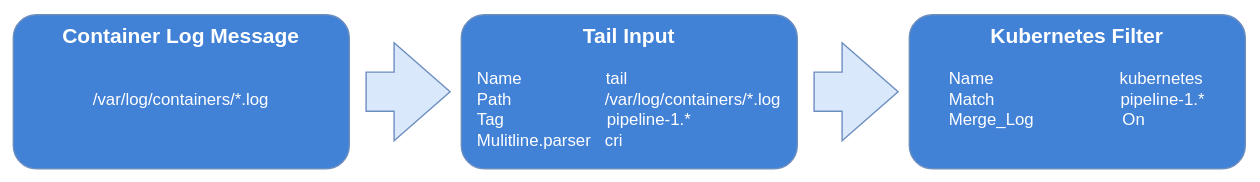
This is docs/user/assets/logs-flow.drawio.svg from kyma-project/telemetry-manager, a draw.io export, as it was before one commit. Source tidied: cells renumbered, new cells last; positions are measured from the earlier drawing's top-left corner, leaving out a move shared by most shapes.
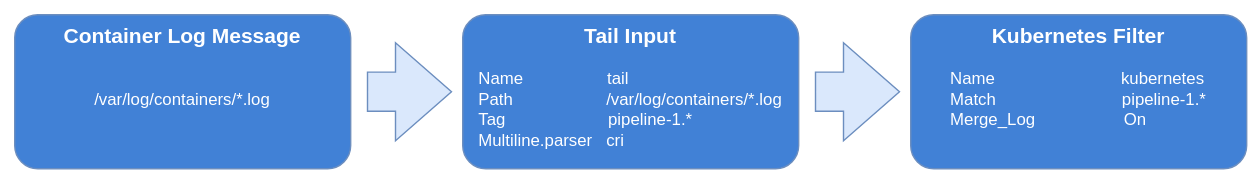
After the change.

Diff of the diagram source:
```diff
@@ -8,7 +8,7 @@
     <mxCell id="3" value="&lt;font color=&quot;#ffffff&quot; style=&quot;font-size: 12px;&quot;&gt;&lt;span style=&quot;font-size: 15px;&quot;&gt;&lt;b&gt;Kubernetes Filter&lt;/b&gt;&lt;/span&gt;&lt;br&gt;&lt;br&gt;&lt;div style=&quot;text-align: left;&quot;&gt;&lt;span style=&quot;&quot;&gt;Name&amp;nbsp; &amp;nbsp; &amp;nbsp; &amp;nbsp; &amp;nbsp; &amp;nbsp; &amp;nbsp; &amp;nbsp; &amp;nbsp; &amp;nbsp; &amp;nbsp; &amp;nbsp; &amp;nbsp; &amp;nbsp;kubernetes&lt;/span&gt;&lt;/div&gt;&lt;div style=&quot;text-align: left;&quot;&gt;&lt;span style=&quot;&quot;&gt;Match&amp;nbsp; &amp;nbsp; &amp;nbsp; &amp;nbsp; &amp;nbsp; &amp;nbsp; &amp;nbsp; &amp;nbsp; &amp;nbsp; &amp;nbsp; &amp;nbsp; &amp;nbsp; &amp;nbsp; &amp;nbsp;pipeline-1.*&lt;/span&gt;&lt;/div&gt;&lt;div style=&quot;text-align: left;&quot;&gt;&lt;span style=&quot;&quot;&gt;Merge_Log&amp;nbsp; &amp;nbsp; &amp;nbsp; &amp;nbsp; &amp;nbsp; &amp;nbsp; &amp;nbsp; &amp;nbsp; &amp;nbsp; &amp;nbsp;On&lt;/span&gt;&lt;/div&gt;&lt;/font&gt;" style="rounded=1;whiteSpace=wrap;html=1;strokeColor=#6c8ebf;fillColor=#4181D6;verticalAlign=top;" parent="1" vertex="1">
       <mxGeometry x="650" y="10" width="240" height="110" as="geometry" />
     </mxCell>
-    <mxCell id="4" value="&lt;font color=&quot;#ffffff&quot; style=&quot;font-size: 12px;&quot;&gt;&lt;span style=&quot;font-size: 15px;&quot;&gt;&lt;b&gt;Tail Input&lt;br&gt;&lt;/b&gt;&lt;/span&gt;&lt;br&gt;&lt;div style=&quot;text-align: left;&quot;&gt;&lt;span style=&quot;&quot;&gt;Name&amp;nbsp; &amp;nbsp; &amp;nbsp; &amp;nbsp; &amp;nbsp; &amp;nbsp; &amp;nbsp; &amp;nbsp; &amp;nbsp; tail&lt;/span&gt;&lt;/div&gt;&lt;div style=&quot;text-align: left;&quot;&gt;&lt;span style=&quot;&quot;&gt;Path&amp;nbsp; &amp;nbsp; &amp;nbsp; &amp;nbsp; &amp;nbsp; &amp;nbsp; &amp;nbsp; &amp;nbsp; &amp;nbsp; &amp;nbsp;&amp;nbsp;&lt;/span&gt;&lt;span style=&quot;background-color: initial;&quot;&gt;/var/log/containers/*.log&lt;/span&gt;&lt;/div&gt;&lt;div style=&quot;text-align: left;&quot;&gt;&lt;span style=&quot;background-color: initial;&quot;&gt;Tag&amp;nbsp; &amp;nbsp; &amp;nbsp; &amp;nbsp; &amp;nbsp; &amp;nbsp; &amp;nbsp; &amp;nbsp; &amp;nbsp; &amp;nbsp; &amp;nbsp; pipeline-1.*&lt;/span&gt;&lt;/div&gt;&lt;div style=&quot;text-align: left;&quot;&gt;&lt;span style=&quot;background-color: initial;&quot;&gt;Mulitline.parser&amp;nbsp; &amp;nbsp;cri&lt;/span&gt;&lt;/div&gt;&lt;div style=&quot;text-align: left;&quot;&gt;&lt;span style=&quot;background-color: initial;&quot;&gt;&lt;br&gt;&lt;/span&gt;&lt;/div&gt;&lt;/font&gt;" style="rounded=1;whiteSpace=wrap;html=1;strokeColor=#6c8ebf;fillColor=#4181D6;verticalAlign=top;" parent="1" vertex="1">
+    <mxCell id="4" value="&lt;font color=&quot;#ffffff&quot; style=&quot;font-size: 12px;&quot;&gt;&lt;span style=&quot;font-size: 15px;&quot;&gt;&lt;b&gt;Tail Input&lt;br&gt;&lt;/b&gt;&lt;/span&gt;&lt;br&gt;&lt;div style=&quot;text-align: left;&quot;&gt;&lt;span style=&quot;&quot;&gt;Name&amp;nbsp; &amp;nbsp; &amp;nbsp; &amp;nbsp; &amp;nbsp; &amp;nbsp; &amp;nbsp; &amp;nbsp; &amp;nbsp; tail&lt;/span&gt;&lt;/div&gt;&lt;div style=&quot;text-align: left;&quot;&gt;&lt;span style=&quot;&quot;&gt;Path&amp;nbsp; &amp;nbsp; &amp;nbsp; &amp;nbsp; &amp;nbsp; &amp;nbsp; &amp;nbsp; &amp;nbsp; &amp;nbsp; &amp;nbsp;&amp;nbsp;&lt;/span&gt;&lt;span style=&quot;background-color: initial;&quot;&gt;/var/log/containers/*.log&lt;/span&gt;&lt;/div&gt;&lt;div style=&quot;text-align: left;&quot;&gt;&lt;span style=&quot;background-color: initial;&quot;&gt;Tag&amp;nbsp; &amp;nbsp; &amp;nbsp; &amp;nbsp; &amp;nbsp; &amp;nbsp; &amp;nbsp; &amp;nbsp; &amp;nbsp; &amp;nbsp; &amp;nbsp; pipeline-1.*&lt;/span&gt;&lt;/div&gt;&lt;div style=&quot;text-align: left;&quot;&gt;&lt;span style=&quot;background-color: initial;&quot;&gt;Multiline.parser&amp;nbsp; &amp;nbsp;cri&lt;/span&gt;&lt;/div&gt;&lt;div style=&quot;text-align: left;&quot;&gt;&lt;span style=&quot;background-color: initial;&quot;&gt;&lt;br&gt;&lt;/span&gt;&lt;/div&gt;&lt;/font&gt;" style="rounded=1;whiteSpace=wrap;html=1;strokeColor=#6c8ebf;fillColor=#4181D6;verticalAlign=top;" parent="1" vertex="1">
       <mxGeometry x="330" y="10" width="240" height="110" as="geometry" />
     </mxCell>
     <mxCell id="5" style="html=1;shadow=0;dashed=0;align=center;verticalAlign=middle;shape=mxgraph.arrows2.arrow;dy=0.6;dx=40;notch=0;fillColor=#dae8fc;strokeColor=#6c8ebf;fontStyle=1;" parent="1" vertex="1">
```
